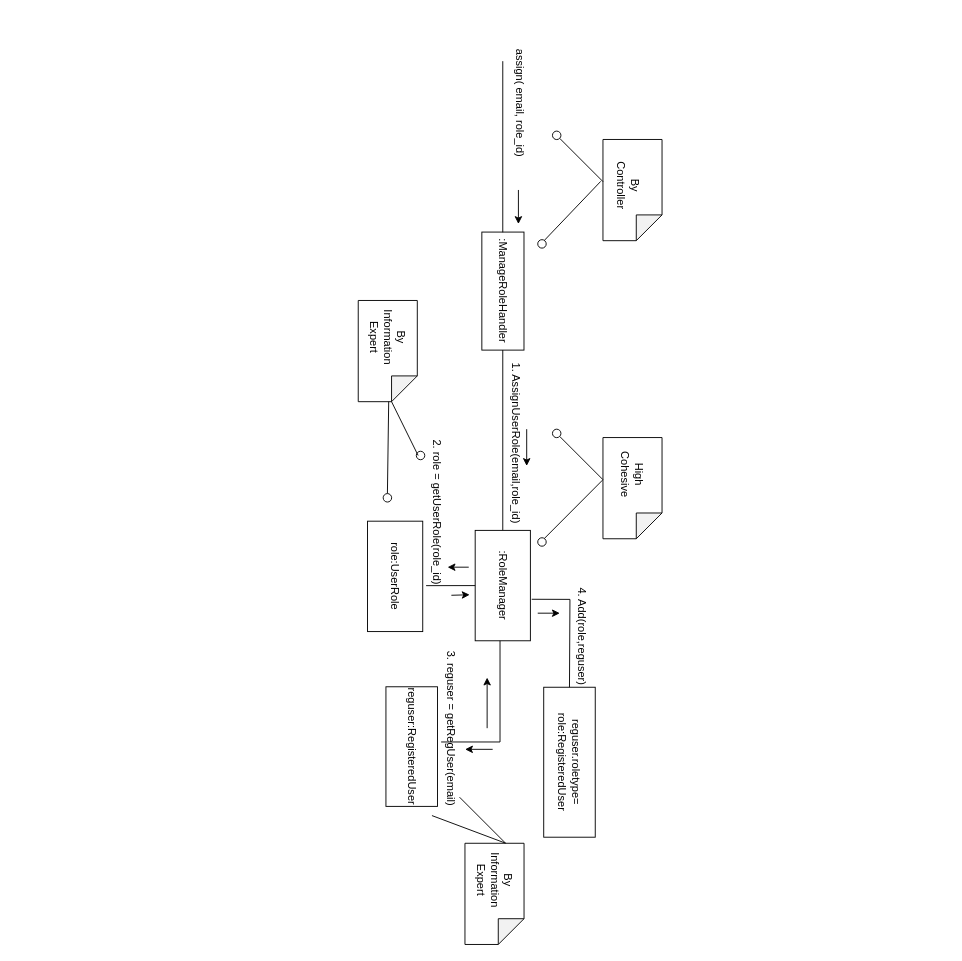
The draw.io diagram page "Page-2" (2 of 3) of operation_diagram_1.drawio in jonamadk/DrawIO, before the edit. Source tidied: cells renumbered, new cells numbered last; positions are measured from the earlier drawing's top-left corner, leaving out a move shared by most shapes. Both pictures are drawn from the tidied source at 92%, with x=0, y=0 at pixel (16, 61).
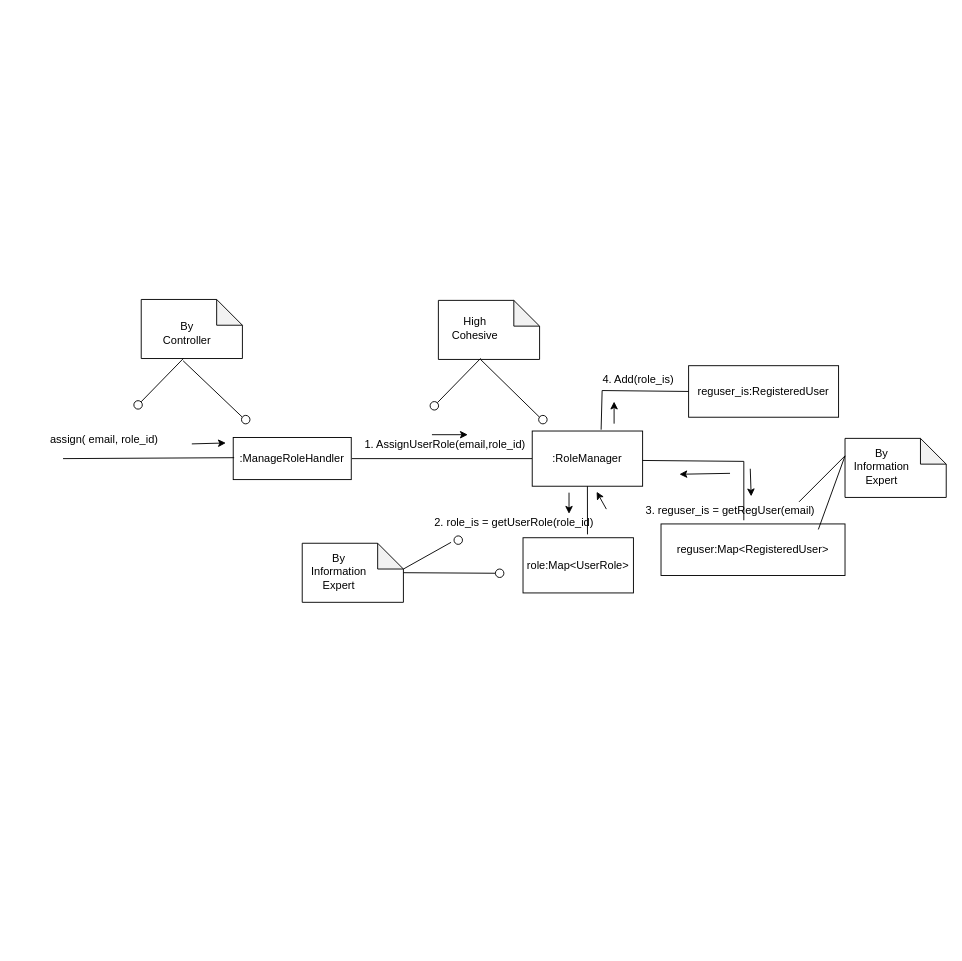
Above is the later version.

Diff of the diagram source:
```diff
@@
-    <mxCell id="2" style="group;rotation=90;" parent="1" vertex="1">
+    <mxCell id="2" style="group;rotation=0;" parent="1" vertex="1">
       <mxGeometry y="258" width="1010" height="394.9" as="geometry" />
     </mxCell>
-    <mxCell id="3" value="assign( email, role_id)" style="text;html=1;align=center;verticalAlign=middle;whiteSpace=wrap;rounded=0;rotation=90;" parent="2" vertex="1">
-      <mxGeometry x="453" y="-226" width="190" height="27.5" as="geometry" />
+    <mxCell id="3" value="assign( email, role_id)" style="text;html=1;align=center;verticalAlign=middle;whiteSpace=wrap;rounded=0;rotation=0;" parent="2" vertex="1">
+      <mxGeometry x="1" y="140" width="190" height="27.5" as="geometry" />
     </mxCell>
-    <mxCell id="4" style="group;rotation=90;" parent="2" vertex="1">
-      <mxGeometry x="25" y="25" width="960" height="394.9" as="geometry" />
+    <mxCell id="4" style="group;rotation=0;" parent="2" vertex="1">
+      <mxGeometry x="51" width="960" height="394.9" as="geometry" />
     </mxCell>
-    <mxCell id="5" style="group;rotation=90;" parent="4" vertex="1">
-      <mxGeometry x="292" y="-32" width="110" height="128.3" as="geometry" />
+    <mxCell id="5" style="group;rotation=0;" parent="4" vertex="1">
+      <mxGeometry x="260" y="266" width="110" height="128.3" as="geometry" />
     </mxCell>
-    <mxCell id="6" style="group;rotation=90;" parent="5" vertex="1">
-      <mxGeometry x="32" y="32" width="110" height="64.2" as="geometry" />
+    <mxCell id="6" style="group;rotation=0;" parent="5" vertex="1">
+      <mxGeometry width="110" height="64.2" as="geometry" />
     </mxCell>
-    <mxCell id="7" style="shape=note;whiteSpace=wrap;html=1;backgroundOutline=1;darkOpacity=0.05;size=28;rotation=90;" parent="6" vertex="1">
+    <mxCell id="7" style="shape=note;whiteSpace=wrap;html=1;backgroundOutline=1;darkOpacity=0.05;size=28;rotation=0;" parent="6" vertex="1">
       <mxGeometry width="110" height="64.2" as="geometry" />
     </mxCell>
-    <mxCell id="8" value="By Information&lt;div&gt;Expert&lt;/div&gt;" style="text;html=1;align=center;verticalAlign=middle;whiteSpace=wrap;rounded=0;rotation=90;" parent="6" vertex="1">
-      <mxGeometry x="23" y="-1" width="64.2" height="36.7" as="geometry" />
+    <mxCell id="8" value="By Information&lt;div&gt;Expert&lt;/div&gt;" style="text;html=1;align=center;verticalAlign=middle;whiteSpace=wrap;rounded=0;rotation=0;" parent="6" vertex="1">
+      <mxGeometry x="8" y="13" width="64.2" height="36.7" as="geometry" />
     </mxCell>
-    <mxCell id="9" style="group;rotation=90;" parent="4" vertex="1">
-      <mxGeometry x="37" y="37" width="960" height="320" as="geometry" />
+    <mxCell id="9" style="group;rotation=0;" parent="4" vertex="1">
+      <mxGeometry y="1" width="960" height="320" as="geometry" />
     </mxCell>
-    <mxCell id="10" style="group;rotation=90;" parent="9" vertex="1">
-      <mxGeometry x="371" y="521" width="110" height="128.3" as="geometry" />
+    <mxCell id="10" style="group;rotation=0;" parent="9" vertex="1">
+      <mxGeometry x="850" y="151" width="110" height="128.3" as="geometry" />
     </mxCell>
-    <mxCell id="11" style="group;rotation=90;" parent="10" vertex="1">
-      <mxGeometry x="32" y="32" width="110" height="64.2" as="geometry" />
+    <mxCell id="11" style="group;rotation=0;" parent="10" vertex="1">
+      <mxGeometry width="110" height="64.2" as="geometry" />
     </mxCell>
-    <mxCell id="12" style="shape=note;whiteSpace=wrap;html=1;backgroundOutline=1;darkOpacity=0.05;size=28;rotation=90;" parent="11" vertex="1">
+    <mxCell id="12" style="shape=note;whiteSpace=wrap;html=1;backgroundOutline=1;darkOpacity=0.05;size=28;rotation=0;" parent="11" vertex="1">
       <mxGeometry width="110" height="64.2" as="geometry" />
     </mxCell>
-    <mxCell id="13" value="By Information&lt;div&gt;Expert&lt;/div&gt;" style="text;html=1;align=center;verticalAlign=middle;whiteSpace=wrap;rounded=0;rotation=90;" parent="11" vertex="1">
-      <mxGeometry x="23" y="-1" width="64.2" height="36.7" as="geometry" />
+    <mxCell id="13" value="By Information&lt;div&gt;Expert&lt;/div&gt;" style="text;html=1;align=center;verticalAlign=middle;whiteSpace=wrap;rounded=0;rotation=0;" parent="11" vertex="1">
+      <mxGeometry x="8" y="13" width="64.2" height="36.7" as="geometry" />
     </mxCell>
-    <mxCell id="14" style="group;rotation=90;" parent="9" vertex="1">
-      <mxGeometry x="55" y="-55" width="850" height="320" as="geometry" />
+    <mxCell id="14" style="group;rotation=0;" parent="9" vertex="1">
+      <mxGeometry width="850" height="320" as="geometry" />
     </mxCell>
-    <mxCell id="15" value=":ManageRoleHandler" style="html=1;whiteSpace=wrap;rotation=90;" parent="14" vertex="1">
-      <mxGeometry x="348" y="-38" width="128.3" height="45.8" as="geometry" />
+    <mxCell id="15" value=":ManageRoleHandler" style="html=1;whiteSpace=wrap;rotation=0;" parent="14" vertex="1">
+      <mxGeometry x="185" y="150" width="128.3" height="45.8" as="geometry" />
     </mxCell>
-    <mxCell id="16" style="shape=note;whiteSpace=wrap;html=1;backgroundOutline=1;darkOpacity=0.05;size=28;rotation=90;" parent="14" vertex="1">
-      <mxGeometry x="498" y="-157" width="110" height="64.2" as="geometry" />
+    <mxCell id="16" style="shape=note;whiteSpace=wrap;html=1;backgroundOutline=1;darkOpacity=0.05;size=28;rotation=0;" parent="14" vertex="1">
+      <mxGeometry x="85" width="110" height="64.2" as="geometry" />
     </mxCell>
-    <mxCell id="17" value="By Controller" style="text;html=1;align=center;verticalAlign=middle;whiteSpace=wrap;rounded=0;rotation=90;" parent="14" vertex="1">
-      <mxGeometry x="516" y="-148" width="64.2" height="36.7" as="geometry" />
+    <mxCell id="17" value="By Controller" style="text;html=1;align=center;verticalAlign=middle;whiteSpace=wrap;rounded=0;rotation=0;" parent="14" vertex="1">
+      <mxGeometry x="103" y="19" width="64.2" height="36.7" as="geometry" />
     </mxCell>
     <mxCell id="18" style="endArrow=none;html=1;rounded=0;" parent="14" edge="1" source="20">
       <mxGeometry relative="1" as="geometry">
-        <mxPoint x="521" y="-134" as="targetPoint" />
+        <mxPoint x="131" y="64" as="targetPoint" />
       </mxGeometry>
     </mxCell>
     <mxCell id="19" style="endArrow=none;html=1;rounded=0;exitX=0.414;exitY=1.038;exitDx=0;exitDy=0;exitPerimeter=0;" parent="14" edge="1" source="16">
       <mxGeometry relative="1" as="geometry">
-        <mxPoint x="457" y="-70" as="targetPoint" />
+        <mxPoint x="195" y="128" as="targetPoint" />
       </mxGeometry>
     </mxCell>
-    <mxCell id="20" style="ellipse;whiteSpace=wrap;html=1;rotation=90;" parent="14" vertex="1">
-      <mxGeometry x="466" y="-189" width="9.2" height="9.2" as="geometry" />
+    <mxCell id="20" style="ellipse;whiteSpace=wrap;html=1;rotation=0;" parent="14" vertex="1">
+      <mxGeometry x="77" y="110" width="9.2" height="9.2" as="geometry" />
     </mxCell>
-    <mxCell id="21" style="ellipse;whiteSpace=wrap;html=1;rotation=90;" parent="14" vertex="1">
-      <mxGeometry x="450" y="-71" width="9.2" height="9.2" as="geometry" />
+    <mxCell id="21" style="ellipse;whiteSpace=wrap;html=1;rotation=0;" parent="14" vertex="1">
+      <mxGeometry x="194" y="126" width="9.2" height="9.2" as="geometry" />
     </mxCell>
     <mxCell id="22" style="endArrow=classic;html=1;rounded=0;" parent="14" edge="1">
       <mxGeometry relative="1" as="geometry">
-        <mxPoint x="429" y="-125" as="sourcePoint" />
-        <mxPoint x="429" y="-88" as="targetPoint" />
+        <mxPoint x="140" y="157" as="sourcePoint" />
+        <mxPoint x="177" y="156" as="targetPoint" />
       </mxGeometry>
     </mxCell>
     <mxCell id="23" style="endArrow=none;html=1;rounded=0;" parent="14" edge="1">
       <mxGeometry relative="1" as="geometry">
-        <mxPoint x="412" y="-265" as="sourcePoint" />
-        <mxPoint x="412" y="-79" as="targetPoint" />
+        <mxPoint y="173" as="sourcePoint" />
+        <mxPoint x="186" y="172" as="targetPoint" />
       </mxGeometry>
     </mxCell>
     <mxCell id="24" style="endArrow=none;html=1;rounded=0;entryX=0;entryY=0.5;entryDx=0;entryDy=0;" parent="14" edge="1" target="25">
       <mxGeometry relative="1" as="geometry">
-        <mxPoint x="412" y="49" as="sourcePoint" />
+        <mxPoint x="314" y="173" as="sourcePoint" />
       </mxGeometry>
     </mxCell>
-    <mxCell id="25" value=":RoleManager" style="rounded=0;whiteSpace=wrap;html=1;rotation=90;" parent="14" vertex="1">
-      <mxGeometry x="352" y="275" width="120" height="60" as="geometry" />
+    <mxCell id="25" value=":RoleManager" style="rounded=0;whiteSpace=wrap;html=1;rotation=0;" parent="14" vertex="1">
+      <mxGeometry x="510" y="143" width="120" height="60" as="geometry" />
     </mxCell>
-    <mxCell id="26" value="1. AssignUserRole(email,role_id)" style="text;html=1;align=center;verticalAlign=middle;strokeColor=none;fillColor=none;rotation=90;" parent="14" vertex="1">
-      <mxGeometry x="327" y="135" width="200" height="30" as="geometry" />
+    <mxCell id="26" value="1. AssignUserRole(email,role_id)" style="text;html=1;align=center;verticalAlign=middle;strokeColor=none;fillColor=none;rotation=0;" parent="14" vertex="1">
+      <mxGeometry x="315" y="143" width="200" height="30" as="geometry" />
     </mxCell>
-    <mxCell id="27" value="role:UserRole" style="rounded=0;whiteSpace=wrap;html=1;rotation=90;" parent="14" vertex="1">
-      <mxGeometry x="235" y="265" width="120" height="60" as="geometry" />
+    <mxCell id="27" value="role:Map&amp;lt;UserRole&amp;gt;" style="rounded=0;whiteSpace=wrap;html=1;rotation=0;" parent="14" vertex="1">
+      <mxGeometry x="500" y="259" width="120" height="60" as="geometry" />
     </mxCell>
@@
-    <mxCell id="29" value="2. role = getUserRole(role_id)" style="text;html=1;align=center;verticalAlign=middle;points=[];strokeColor=none;fillColor=none;rotation=90;" parent="14" vertex="1">
-      <mxGeometry x="251" y="210" width="180" height="30" as="geometry" />
+    <mxCell id="29" value="2. role_is = getUserRole(role_id)" style="text;html=1;align=center;verticalAlign=middle;points=[];strokeColor=none;fillColor=none;rotation=0;" parent="14" vertex="1">
+      <mxGeometry x="390" y="228" width="200" height="30" as="geometry" />
     </mxCell>
-    <mxCell id="30" value="reguser:RegisteredUser" style="rounded=0;whiteSpace=wrap;html=1;rotation=90;" parent="14" vertex="1">
-      <mxGeometry x="248" y="452" width="130" height="56" as="geometry" />
+    <mxCell id="30" value="reguser:Map&amp;lt;RegisteredUser&amp;gt;" style="rounded=0;whiteSpace=wrap;html=1;rotation=0;" parent="14" vertex="1">
+      <mxGeometry x="650" y="244" width="200" height="56" as="geometry" />
     </mxCell>
     <mxCell id="31" style="endArrow=none;html=1;rounded=0;" parent="14" edge="1">
       <mxGeometry relative="1" as="geometry">
-        <mxPoint x="409" y="365" as="sourcePoint" />
-        <mxPoint x="345" y="475" as="targetPoint" />
+        <mxPoint x="630" y="175" as="sourcePoint" />
+        <mxPoint x="740" y="240" as="targetPoint" />
         <Array as="points">
-          <mxPoint x="409" y="475" />
+          <mxPoint x="740" y="176" />
         </Array>
       </mxGeometry>
     </mxCell>
-    <mxCell id="32" value="3. reguser = getRegUser(email)" style="text;html=1;align=center;verticalAlign=middle;strokeColor=none;fillColor=none;rotation=90;" parent="14" vertex="1">
-      <mxGeometry x="261" y="445" width="190" height="30" as="geometry" />
+    <mxCell id="32" value="3. reguser_is = getRegUser(email)" style="text;html=1;align=center;verticalAlign=middle;strokeColor=none;fillColor=none;rotation=0;" parent="14" vertex="1">
+      <mxGeometry x="620" y="215" width="210" height="30" as="geometry" />
     </mxCell>
-    <mxCell id="33" value="reguser.roletype=&lt;div&gt;role:RegisteredUser&lt;/div&gt;" style="rounded=0;whiteSpace=wrap;html=1;rotation=90;" parent="14" vertex="1">
-      <mxGeometry x="403" y="469" width="163" height="56" as="geometry" />
+    <mxCell id="33" value="reguser_is:&lt;span style=&quot;background-color: initial;&quot;&gt;RegisteredUser&lt;/span&gt;" style="rounded=0;whiteSpace=wrap;html=1;rotation=0;" parent="14" vertex="1">
+      <mxGeometry x="680" y="72" width="163" height="56" as="geometry" />
     </mxCell>
     <mxCell id="34" style="endArrow=none;html=1;rounded=0;exitX=0;exitY=0.5;exitDx=0;exitDy=0;entryX=0.624;entryY=-0.024;entryDx=0;entryDy=0;entryPerimeter=0;" parent="14" edge="1" source="33" target="25">
       <mxGeometry relative="1" as="geometry">
         <Array as="points">
-          <mxPoint x="485" y="320" />
+          <mxPoint x="586" y="99" />
         </Array>
       </mxGeometry>
     </mxCell>
-    <mxCell id="35" value="4. Add(role,reguser)" style="text;html=1;align=center;verticalAlign=middle;strokeColor=none;fillColor=none;rotation=90;" parent="14" vertex="1">
-      <mxGeometry x="433" y="345" width="130" height="30" as="geometry" />
+    <mxCell id="35" value="4. Add(role_is)" style="text;html=1;align=center;verticalAlign=middle;strokeColor=none;fillColor=none;rotation=0;" parent="14" vertex="1">
+      <mxGeometry x="575" y="72" width="100" height="30" as="geometry" />
     </mxCell>
-    <mxCell id="36" style="group;rotation=90;" parent="14" vertex="1">
-      <mxGeometry x="454" y="131" width="127.4" height="134.7" as="geometry" />
+    <mxCell id="36" style="group;rotation=0;" parent="14" vertex="1">
+      <mxGeometry x="399" width="127.4" height="134.7" as="geometry" />
     </mxCell>
-    <mxCell id="37" style="shape=note;whiteSpace=wrap;html=1;backgroundOutline=1;darkOpacity=0.05;size=28;rotation=90;" parent="36" vertex="1">
-      <mxGeometry x="44" y="36" width="110" height="64.2" as="geometry" />
+    <mxCell id="37" style="shape=note;whiteSpace=wrap;html=1;backgroundOutline=1;darkOpacity=0.05;size=28;rotation=0;" parent="36" vertex="1">
+      <mxGeometry x="9" y="1" width="110" height="64.2" as="geometry" />
     </mxCell>
     <mxCell id="38" style="endArrow=none;html=1;rounded=0;" parent="36" edge="1" source="40">
       <mxGeometry relative="1" as="geometry">
-        <mxPoint x="67" y="59" as="targetPoint" />
+        <mxPoint x="55" y="64" as="targetPoint" />
       </mxGeometry>
     </mxCell>
     <mxCell id="39" style="endArrow=none;html=1;rounded=0;exitX=0.421;exitY=1.008;exitDx=0;exitDy=0;exitPerimeter=0;" parent="36" edge="1" source="37">
       <mxGeometry relative="1" as="geometry">
-        <mxPoint x="3" y="123" as="targetPoint" />
+        <mxPoint x="120" y="129" as="targetPoint" />
       </mxGeometry>
     </mxCell>
-    <mxCell id="40" style="ellipse;whiteSpace=wrap;html=1;rotation=90;" parent="36" vertex="1">
-      <mxGeometry x="12" y="4" width="9.2" height="9.2" as="geometry" />
+    <mxCell id="40" style="ellipse;whiteSpace=wrap;html=1;rotation=0;" parent="36" vertex="1">
+      <mxGeometry y="111" width="9.2" height="9.2" as="geometry" />
     </mxCell>
-    <mxCell id="41" style="ellipse;whiteSpace=wrap;html=1;rotation=90;" parent="36" vertex="1">
-      <mxGeometry x="-4" y="122" width="9.2" height="9.2" as="geometry" />
+    <mxCell id="41" style="ellipse;whiteSpace=wrap;html=1;rotation=0;" parent="36" vertex="1">
+      <mxGeometry x="118" y="126" width="9.2" height="9.2" as="geometry" />
     </mxCell>
-    <mxCell id="42" value="High Cohesive" style="text;html=1;align=center;verticalAlign=middle;whiteSpace=wrap;rounded=0;rotation=90;" parent="36" vertex="1">
-      <mxGeometry x="67" y="35" width="64.2" height="36.7" as="geometry" />
+    <mxCell id="42" value="High Cohesive" style="text;html=1;align=center;verticalAlign=middle;whiteSpace=wrap;rounded=0;rotation=0;" parent="36" vertex="1">
+      <mxGeometry x="17" y="13" width="64.2" height="36.7" as="geometry" />
     </mxCell>
     <mxCell id="43" style="endArrow=none;html=1;rounded=0;entryX=0;entryY=0.5;entryDx=0;entryDy=0;" parent="14" edge="1" target="45">
       <mxGeometry relative="1" as="geometry">
-        <mxPoint x="288" y="105" as="sourcePoint" />
+        <mxPoint x="370" y="297" as="sourcePoint" />
       </mxGeometry>
     </mxCell>
-    <mxCell id="44" style="ellipse;whiteSpace=wrap;html=1;rotation=90;" parent="14" vertex="1">
-      <mxGeometry x="318" y="159" width="9.2" height="9.2" as="geometry" />
+    <mxCell id="44" style="ellipse;whiteSpace=wrap;html=1;rotation=0;" parent="14" vertex="1">
+      <mxGeometry x="425" y="257" width="9.2" height="9.2" as="geometry" />
     </mxCell>
-    <mxCell id="45" style="ellipse;whiteSpace=wrap;html=1;rotation=90;" parent="14" vertex="1">
-      <mxGeometry x="282" y="205" width="9.2" height="9.2" as="geometry" />
+    <mxCell id="45" style="ellipse;whiteSpace=wrap;html=1;rotation=0;" parent="14" vertex="1">
+      <mxGeometry x="470" y="293" width="9.2" height="9.2" as="geometry" />
     </mxCell>
     <mxCell id="46" style="endArrow=classic;html=1;rounded=0;" parent="14" edge="1">
       <mxGeometry relative="1" as="geometry">
-        <mxPoint x="438" y="135" as="sourcePoint" />
-        <mxPoint x="438" y="175" as="targetPoint" />
+        <mxPoint x="401" y="147" as="sourcePoint" />
+        <mxPoint x="440" y="147" as="targetPoint" />
       </mxGeometry>
     </mxCell>
     <mxCell id="47" style="endArrow=classic;html=1;rounded=0;" parent="14" edge="1">
       <mxGeometry relative="1" as="geometry">
-        <mxPoint x="375" y="285" as="sourcePoint" />
-        <mxPoint x="352" y="285" as="targetPoint" />
+        <mxPoint x="550" y="210" as="sourcePoint" />
+        <mxPoint x="550" y="233" as="targetPoint" />
       </mxGeometry>
     </mxCell>
     <mxCell id="48" style="endArrow=classic;html=1;rounded=0;" parent="14" edge="1">
       <mxGeometry relative="1" as="geometry">
-        <mxPoint x="395" y="460" as="sourcePoint" />
-        <mxPoint x="395" y="405" as="targetPoint" />
+        <mxPoint x="725" y="189" as="sourcePoint" />
+        <mxPoint x="670" y="190" as="targetPoint" />
       </mxGeometry>
     </mxCell>
     <mxCell id="49" style="endArrow=classic;html=1;rounded=0;" parent="14" edge="1">
       <mxGeometry relative="1" as="geometry">
-        <mxPoint x="450" y="335" as="sourcePoint" />
-        <mxPoint x="474" y="335" as="targetPoint" />
+        <mxPoint x="599" y="135" as="sourcePoint" />
+        <mxPoint x="599" y="111" as="targetPoint" />
       </mxGeometry>
     </mxCell>
     <mxCell id="50" style="endArrow=classic;html=1;rounded=0;" parent="14" edge="1">
       <mxGeometry relative="1" as="geometry">
-        <mxPoint x="401" y="483" as="sourcePoint" />
-        <mxPoint x="371" y="483" as="targetPoint" />
+        <mxPoint x="747" y="184" as="sourcePoint" />
+        <mxPoint x="748" y="214" as="targetPoint" />
       </mxGeometry>
     </mxCell>
     <mxCell id="51" style="endArrow=classic;html=1;rounded=0;exitX=1.003;exitY=-0.004;exitDx=0;exitDy=0;exitPerimeter=0;" parent="14" edge="1" source="29">
       <mxGeometry relative="1" as="geometry">
-        <mxPoint x="376" y="315" as="targetPoint" />
+        <mxPoint x="580" y="209" as="targetPoint" />
       </mxGeometry>
     </mxCell>
     <mxCell id="52" style="endArrow=none;html=1;rounded=0;" parent="14" edge="1">
       <mxGeometry relative="1" as="geometry">
-        <mxPoint x="365" y="535" as="sourcePoint" />
-        <mxPoint x="415" y="585" as="targetPoint" />
+        <mxPoint x="800" y="220" as="sourcePoint" />
+        <mxPoint x="850" y="170" as="targetPoint" />
       </mxGeometry>
     </mxCell>
     <mxCell id="53" style="endArrow=none;html=1;rounded=0;" parent="14" edge="1">
       <mxGeometry relative="1" as="geometry">
-        <mxPoint x="335" y="555" as="sourcePoint" />
-        <mxPoint x="415" y="585" as="targetPoint" />
+        <mxPoint x="821" y="250" as="sourcePoint" />
+        <mxPoint x="850" y="170" as="targetPoint" />
       </mxGeometry>
     </mxCell>
```
